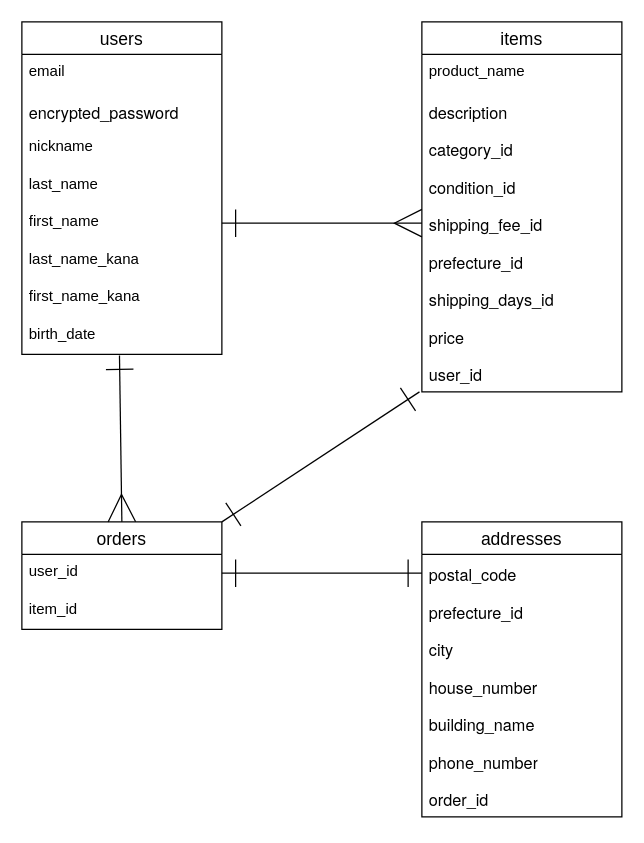
Earlier version of the draw.io diagram database_design.dio (kentsu0901/furima-48464). Source tidied: cells renumbered, new cells numbered last; positions are measured from the earlier drawing's top-left corner, leaving out a move shared by most shapes. Both pictures are drawn from the tidied source at 125%, with x=0, y=0 at pixel (21, 21).
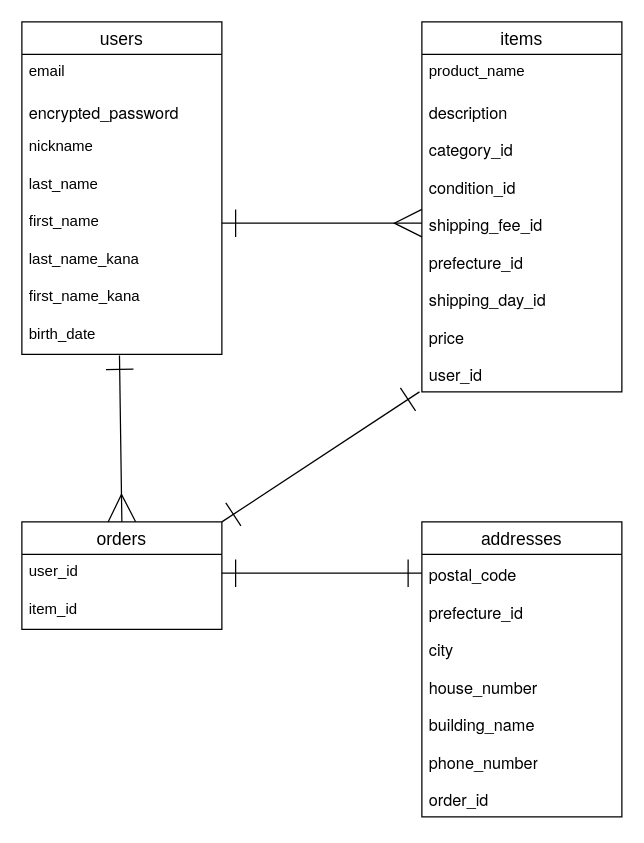
Above is the later version.

Commit message (it also covers changes not shown here):
ActiveHashのカラム名を修正

The change refers to these unchanged cells:
```xml
<mxCell id="11" value="items" style="swimlane;fontStyle=0;horizontal=1;startSize=26;align=center;fontSize=14;" parent="1" vertex="1">
  <mxGeometry x="320" width="160" height="296" as="geometry" />
</mxCell>
```

Diff of the diagram source:
```diff
@@
-    <mxCell id="18" value="&lt;p style=&quot;margin: 0px; font-style: normal; font-variant: normal; font-size-adjust: none; font-language-override: normal; font-kerning: auto; font-optical-sizing: auto; font-feature-settings: normal; font-variation-settings: normal; font-stretch: normal; font-size: 13px; line-height: normal; font-family: &amp;quot;Helvetica Neue&amp;quot;; color: rgb(0, 0, 0);&quot; class=&quot;p1&quot;&gt;shipping_days_id&lt;/p&gt;" style="text;strokeColor=none;fillColor=none;spacingLeft=4;spacingRight=4;overflow=hidden;fontSize=12;whiteSpace=wrap;html=1;" parent="11" vertex="1">
+    <mxCell id="18" value="&lt;p style=&quot;margin: 0px; font-style: normal; font-variant: normal; font-size-adjust: none; font-language-override: normal; font-kerning: auto; font-optical-sizing: auto; font-feature-settings: normal; font-variation-settings: normal; font-stretch: normal; font-size: 13px; line-height: normal; font-family: &amp;quot;Helvetica Neue&amp;quot;; color: rgb(0, 0, 0);&quot; class=&quot;p1&quot;&gt;shipping_day_id&lt;/p&gt;" style="text;strokeColor=none;fillColor=none;spacingLeft=4;spacingRight=4;overflow=hidden;fontSize=12;whiteSpace=wrap;html=1;" parent="11" vertex="1">
       <mxGeometry y="206" width="160" height="30" as="geometry" />
     </mxCell>
```
